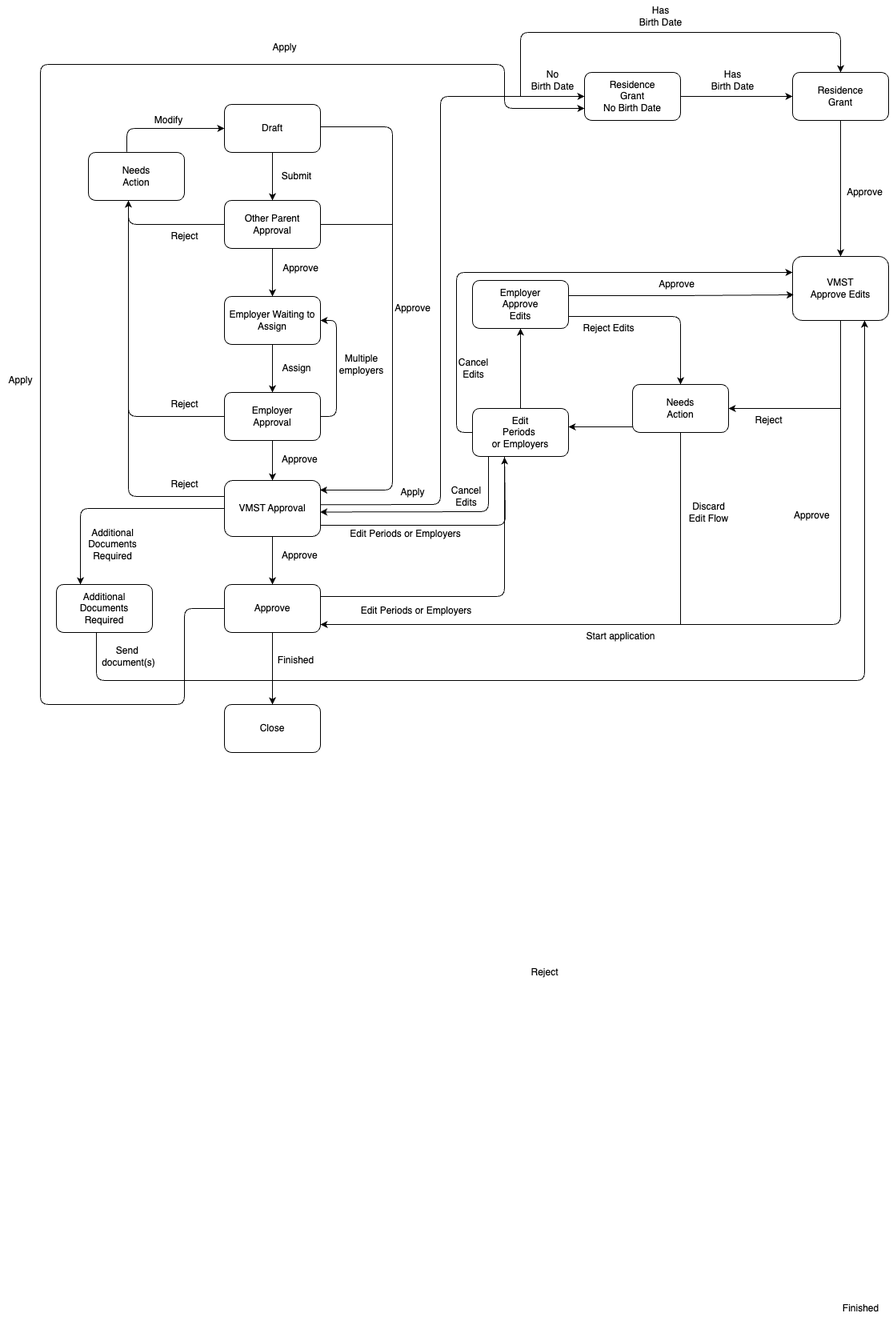
island-is/island.is keeps this draw.io diagram as libs/application/templates/parental-leave/assets/parental-leave-flow-chart.png. Above is the earlier version. Source tidied: cells renumbered, new cells last; positions are measured from the earlier drawing's top-left corner, leaving out a move shared by most shapes.
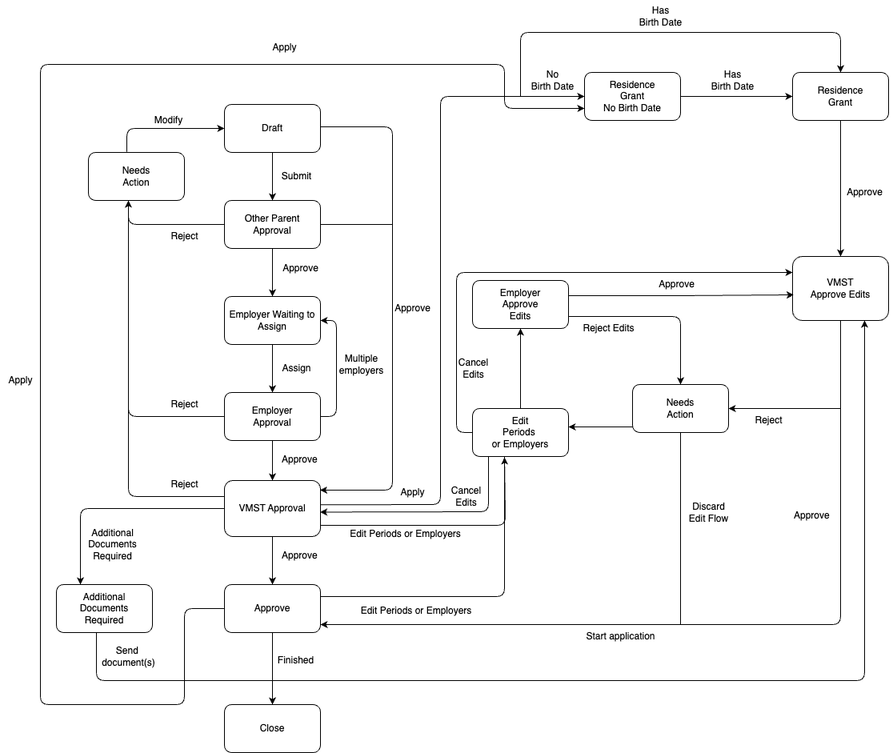
Later version of the same file.

Commit message:
small amendments on template, README and flow chart

What changed in the source:
```diff
@@ -225,9 +225,6 @@
     <mxCell id="42" value="Reject" style="text;html=1;align=center;verticalAlign=middle;strokeColor=none;fillColor=none;fontColor=#000000;" parent="1" vertex="1">
       <mxGeometry x="200" y="490" width="60" height="30" as="geometry" />
     </mxCell>
-    <mxCell id="43" value="Reject" style="text;html=1;align=center;verticalAlign=middle;strokeColor=none;fillColor=none;fontColor=#000000;" parent="1" vertex="1">
-      <mxGeometry x="650" y="1200" width="60" height="30" as="geometry" />
-    </mxCell>
     <mxCell id="44" value="Reject" style="text;html=1;align=center;verticalAlign=middle;strokeColor=none;fillColor=none;fontColor=#000000;" parent="1" vertex="1">
       <mxGeometry x="930" y="510" width="60" height="30" as="geometry" />
     </mxCell>
@@ -249,9 +246,6 @@
     <mxCell id="50" value="Approve" style="text;fontColor=#000000;" parent="1" vertex="1">
       <mxGeometry x="350" y="680" width="50" height="30" as="geometry" />
     </mxCell>
-    <mxCell id="51" value="Finished" style="text;html=1;align=center;verticalAlign=middle;strokeColor=none;fillColor=none;fontColor=#000000;" parent="1" vertex="1">
-      <mxGeometry x="1040" y="1620" width="70" height="30" as="geometry" />
-    </mxCell>
     <mxCell id="52" value="Edit Periods or Employers" style="text;html=1;align=center;verticalAlign=middle;strokeColor=none;fillColor=none;fontColor=#000000;" parent="1" vertex="1">
       <mxGeometry x="426" y="652" width="160" height="30" as="geometry" />
     </mxCell>
```
